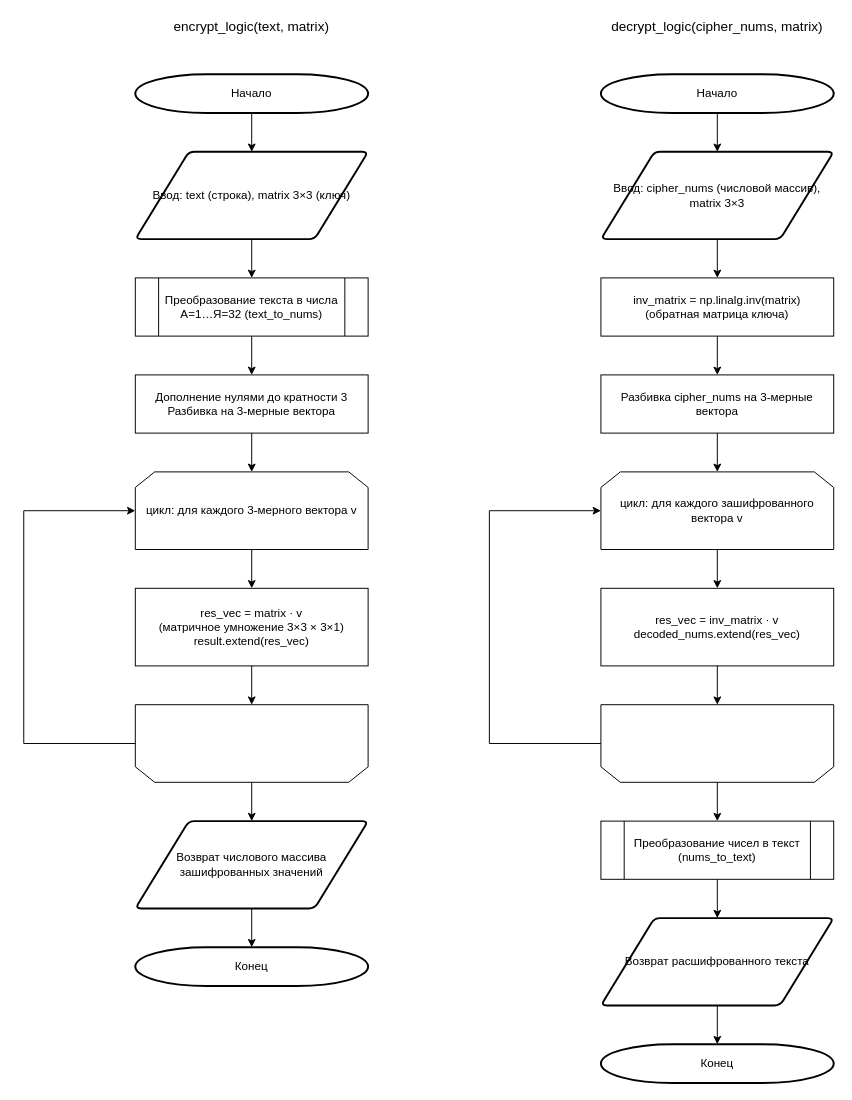
Above: hill_diagram.drawio in Laincetta/mospolytech-cryptography (draw.io), before the change. Source tidied: cells renumbered, new cells numbered last; positions are measured from the earlier drawing's top-left corner, leaving out a move shared by most shapes. Both pictures are drawn from the tidied source at 97%, with x=0, y=0 at pixel (23, 16).
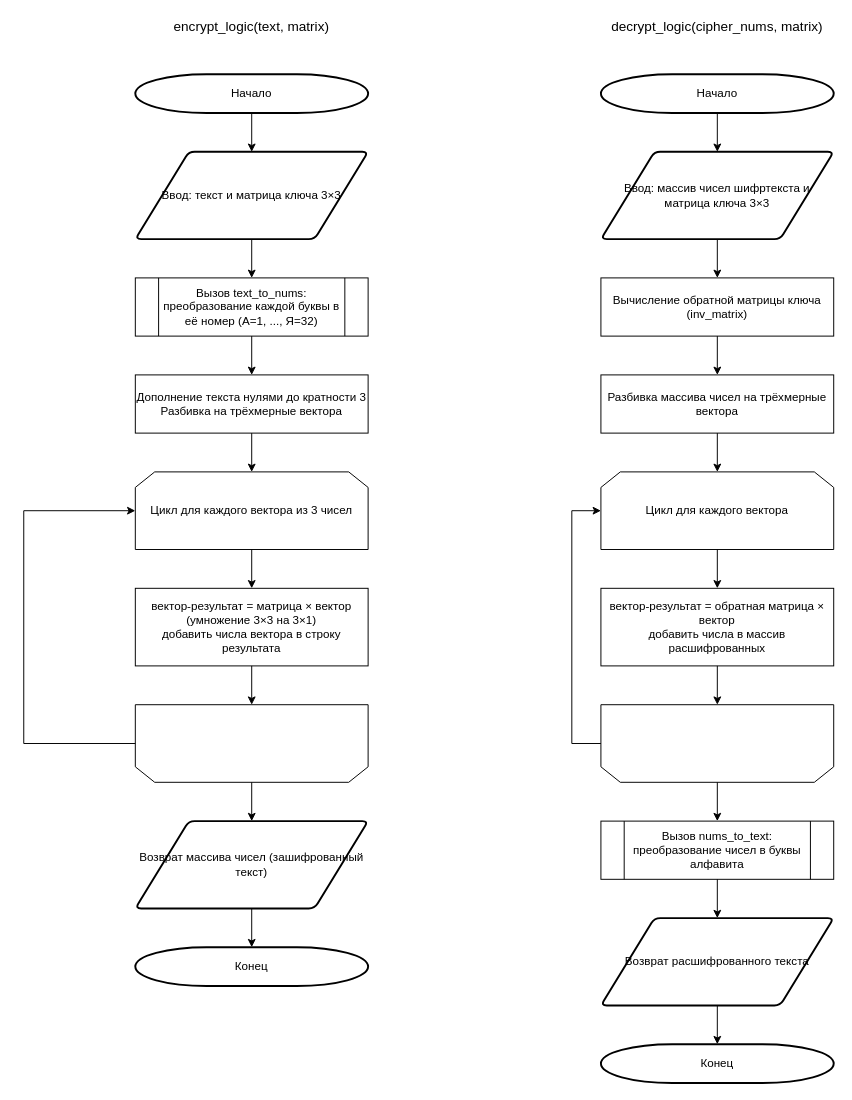
Above is the later version.

Unchanged cells that the change refers to:
```xml
<mxCell id="30" style="text;html=1;whiteSpace=wrap;strokeColor=none;fillColor=none;opacity=0;" parent="1" vertex="1">
  <mxGeometry x="595" y="709" width="240" height="80" as="geometry" />
</mxCell>
```

Change to the diagram source:
```diff
@@
-    <mxCell id="4" value="Ввод: text (строка), matrix 3×3 (ключ)" style="shape=parallelogram;html=1;strokeWidth=2;perimeter=parallelogramPerimeter;whiteSpace=wrap;rounded=1;arcSize=12;size=0.23;" parent="1" vertex="1">
+    <mxCell id="4" value="Ввод: текст и матрица ключа 3×3" style="shape=parallelogram;html=1;strokeWidth=2;perimeter=parallelogramPerimeter;whiteSpace=wrap;rounded=1;arcSize=12;size=0.23;" parent="1" vertex="1">
       <mxGeometry x="115" y="139" width="240" height="90" as="geometry" />
     </mxCell>
-    <mxCell id="5" value="Преобразование текста в числа А=1…Я=32 (text_to_nums)" style="shape=process;whiteSpace=wrap;html=1;backgroundOutline=1;" parent="1" vertex="1">
+    <mxCell id="5" value="Вызов text_to_nums:&#10;преобразование каждой буквы в её номер (А=1, ..., Я=32)" style="shape=process;whiteSpace=wrap;html=1;backgroundOutline=1;" parent="1" vertex="1">
       <mxGeometry x="115" y="269" width="240" height="60" as="geometry" />
     </mxCell>
-    <mxCell id="6" value="Дополнение нулями до кратности 3&#10;Разбивка на 3-мерные вектора" style="rounded=0;whiteSpace=wrap;html=1;" parent="1" vertex="1">
+    <mxCell id="6" value="Дополнение текста нулями до кратности 3&#10;Разбивка на трёхмерные вектора" style="rounded=0;whiteSpace=wrap;html=1;" parent="1" vertex="1">
       <mxGeometry x="115" y="369" width="240" height="60" as="geometry" />
     </mxCell>
-    <mxCell id="7" value="цикл: для каждого 3-мерного вектора v" style="shape=loopLimit;whiteSpace=wrap;html=1;" parent="1" vertex="1">
+    <mxCell id="7" value="Цикл для каждого вектора из 3 чисел" style="shape=loopLimit;whiteSpace=wrap;html=1;" parent="1" vertex="1">
       <mxGeometry x="115" y="469" width="240" height="80" as="geometry" />
     </mxCell>
-    <mxCell id="8" value="res_vec = matrix · v&#10;(матричное умножение 3×3 × 3×1)&#10;result.extend(res_vec)" style="rounded=0;whiteSpace=wrap;html=1;" parent="1" vertex="1">
+    <mxCell id="8" value="вектор-результат = матрица × вектор (умножение 3×3 на 3×1)&#10;добавить числа вектора в строку результата" style="rounded=0;whiteSpace=wrap;html=1;" parent="1" vertex="1">
       <mxGeometry x="115" y="589" width="240" height="80" as="geometry" />
     </mxCell>
@@
-    <mxCell id="11" value="Возврат числового массива зашифрованных значений" style="shape=parallelogram;html=1;strokeWidth=2;perimeter=parallelogramPerimeter;whiteSpace=wrap;rounded=1;arcSize=12;size=0.23;" parent="1" vertex="1">
+    <mxCell id="11" value="Возврат массива чисел (зашифрованный текст)" style="shape=parallelogram;html=1;strokeWidth=2;perimeter=parallelogramPerimeter;whiteSpace=wrap;rounded=1;arcSize=12;size=0.23;" parent="1" vertex="1">
       <mxGeometry x="115" y="829" width="240" height="90" as="geometry" />
     </mxCell>
@@
-    <mxCell id="24" value="Ввод: cipher_nums (числовой массив), matrix 3×3" style="shape=parallelogram;html=1;strokeWidth=2;perimeter=parallelogramPerimeter;whiteSpace=wrap;rounded=1;arcSize=12;size=0.23;" parent="1" vertex="1">
+    <mxCell id="24" value="Ввод: массив чисел шифртекста и матрица ключа 3×3" style="shape=parallelogram;html=1;strokeWidth=2;perimeter=parallelogramPerimeter;whiteSpace=wrap;rounded=1;arcSize=12;size=0.23;" parent="1" vertex="1">
       <mxGeometry x="595" y="139" width="240" height="90" as="geometry" />
     </mxCell>
-    <mxCell id="25" value="inv_matrix = np.linalg.inv(matrix)&#10;(обратная матрица ключа)" style="rounded=0;whiteSpace=wrap;html=1;" parent="1" vertex="1">
+    <mxCell id="25" value="Вычисление обратной матрицы ключа (inv_matrix)" style="rounded=0;whiteSpace=wrap;html=1;" parent="1" vertex="1">
       <mxGeometry x="595" y="269" width="240" height="60" as="geometry" />
     </mxCell>
-    <mxCell id="26" value="Разбивка cipher_nums на 3-мерные вектора" style="rounded=0;whiteSpace=wrap;html=1;" parent="1" vertex="1">
+    <mxCell id="26" value="Разбивка массива чисел на трёхмерные вектора" style="rounded=0;whiteSpace=wrap;html=1;" parent="1" vertex="1">
       <mxGeometry x="595" y="369" width="240" height="60" as="geometry" />
     </mxCell>
-    <mxCell id="27" value="цикл: для каждого зашифрованного вектора v" style="shape=loopLimit;whiteSpace=wrap;html=1;" parent="1" vertex="1">
+    <mxCell id="27" value="Цикл для каждого вектора" style="shape=loopLimit;whiteSpace=wrap;html=1;" parent="1" vertex="1">
       <mxGeometry x="595" y="469" width="240" height="80" as="geometry" />
     </mxCell>
-    <mxCell id="28" value="res_vec = inv_matrix · v&#10;decoded_nums.extend(res_vec)" style="rounded=0;whiteSpace=wrap;html=1;" parent="1" vertex="1">
+    <mxCell id="28" value="вектор-результат = обратная матрица × вектор&#10;добавить числа в массив расшифрованных" style="rounded=0;whiteSpace=wrap;html=1;" parent="1" vertex="1">
       <mxGeometry x="595" y="589" width="240" height="80" as="geometry" />
     </mxCell>
@@
-    <mxCell id="31" value="Преобразование чисел в текст (nums_to_text)" style="shape=process;whiteSpace=wrap;html=1;backgroundOutline=1;" parent="1" vertex="1">
+    <mxCell id="31" value="Вызов nums_to_text:&#10;преобразование чисел в буквы алфавита" style="shape=process;whiteSpace=wrap;html=1;backgroundOutline=1;" parent="1" vertex="1">
       <mxGeometry x="595" y="829" width="240" height="60" as="geometry" />
     </mxCell>
@@
     <mxCell id="40" style="edgeStyle=orthogonalEdgeStyle;rounded=0;jettySize=auto;html=1;exitX=0;exitY=0.5;exitDx=0;exitDy=0;entryX=0;entryY=0.5;entryDx=0;entryDy=0;" parent="1" edge="1" source="30" target="27">
       <mxGeometry relative="1" as="geometry">
         <Array as="points">
-          <mxPoint x="480" y="749" />
-          <mxPoint x="480" y="509" />
+          <mxPoint x="565" y="749" />
+          <mxPoint x="565" y="509" />
         </Array>
       </mxGeometry>
     </mxCell>
```
